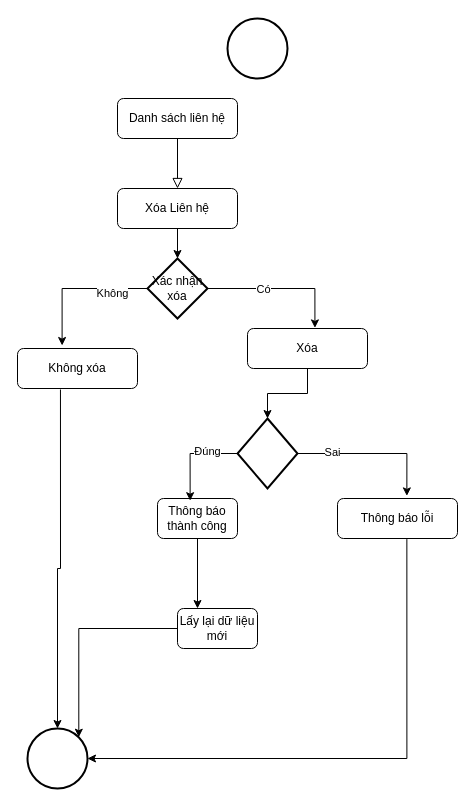
The draw.io diagram LienheFL-Xoadrawio.drawio in duongquocvu0411/CDSG-CNPM, before the edit. Source tidied: cells renumbered, new cells numbered last; positions are measured from the earlier drawing's top-left corner, leaving out a move shared by most shapes. Both pictures are drawn from the tidied source at 100%, with x=0, y=0 at pixel (17, 18).
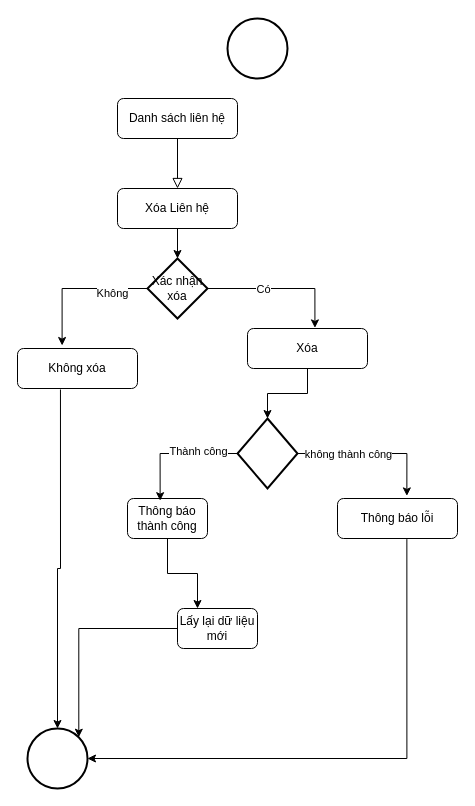
The same diagram, later.

Unchanged cells that the change refers to:
```xml
<mxCell id="21" style="edgeStyle=orthogonalEdgeStyle;rounded=0;jettySize=auto;html=1;entryX=0.408;entryY=0.055;entryDx=0;entryDy=0;entryPerimeter=0;exitX=0;exitY=0.5;exitDx=0;exitDy=0;exitPerimeter=0;" parent="1" edge="1" source="17" target="20">
  <mxGeometry relative="1" as="geometry" />
</mxCell>
<mxCell id="23" style="edgeStyle=orthogonalEdgeStyle;rounded=0;jettySize=auto;html=1;entryX=0.578;entryY=-0.065;entryDx=0;entryDy=0;entryPerimeter=0;" parent="1" edge="1" source="17" target="18">
  <mxGeometry relative="1" as="geometry" />
</mxCell>
```

What changed in the source:
```diff
@@
     <mxCell id="20" value="Thông báo thành công" style="rounded=1;whiteSpace=wrap;html=1;fontSize=12;glass=0;strokeWidth=1;shadow=0;" parent="1" vertex="1">
-      <mxGeometry x="140" y="480" width="80" height="40" as="geometry" />
+      <mxGeometry x="110" y="480" width="80" height="40" as="geometry" />
     </mxCell>
@@
-    <mxCell id="22" value="Đúng" style="edgeLabel;html=1;align=center;verticalAlign=middle;" parent="21" vertex="1">
+    <mxCell id="22" value="Thành công" style="edgeLabel;html=1;align=center;verticalAlign=middle;" parent="21" vertex="1">
       <mxGeometry x="-0.35" y="-3" relative="1" as="geometry" />
     </mxCell>
@@
-    <mxCell id="24" value="Sai" style="edgeLabel;html=1;align=center;verticalAlign=middle;" parent="23" vertex="1">
-      <mxGeometry x="-0.55" y="2" relative="1" as="geometry" />
+    <mxCell id="24" value="không thành công" style="edgeLabel;html=1;align=center;verticalAlign=middle;" parent="23" vertex="1">
+      <mxGeometry x="-0.55" y="2" relative="1" as="geometry">
+        <mxPoint x="16" y="2" as="offset" />
+      </mxGeometry>
     </mxCell>
```
